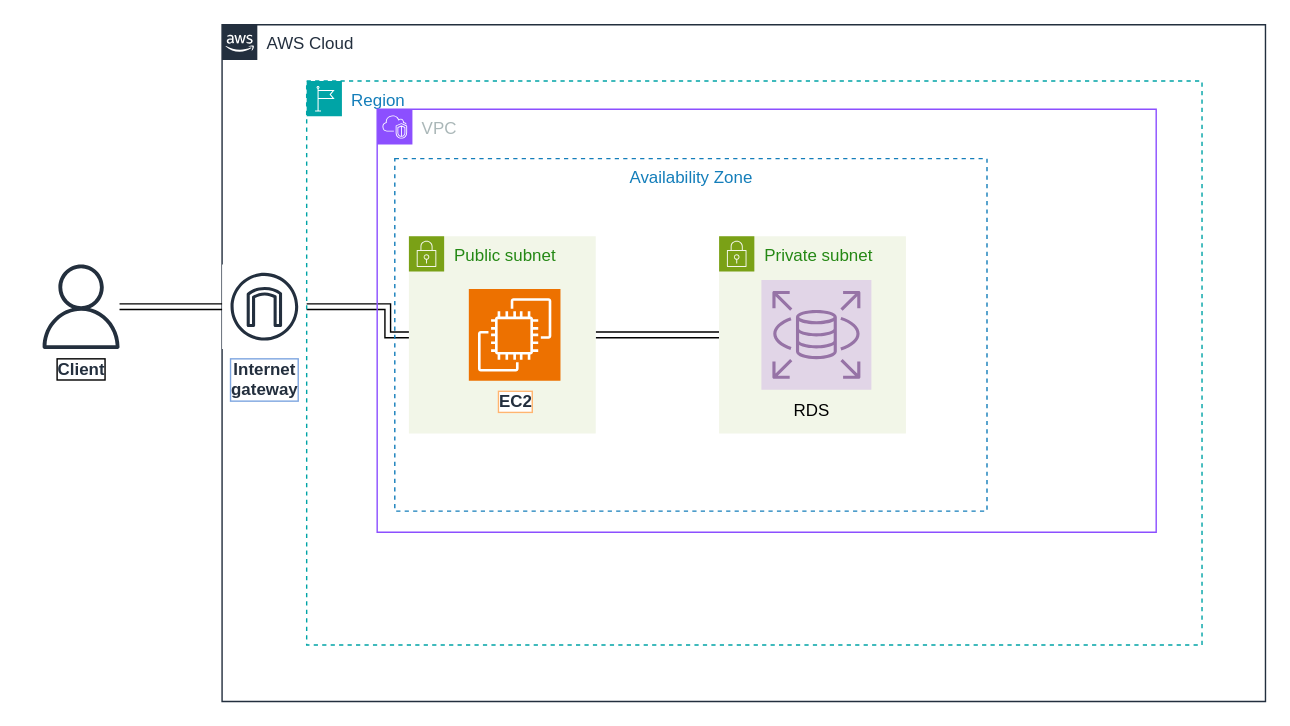
The draw.io diagram page "Page-1" (1 of 2) of Biểu đồ không có tiêu đề.drawio in Tranloc12/CloudComputing, before the edit. Source tidied: cells renumbered, new cells numbered last; positions are measured from the earlier drawing's top-left corner, leaving out a move shared by most shapes. Both pictures are drawn from the tidied source at 141%, with x=0, y=0 at pixel (38, 24).
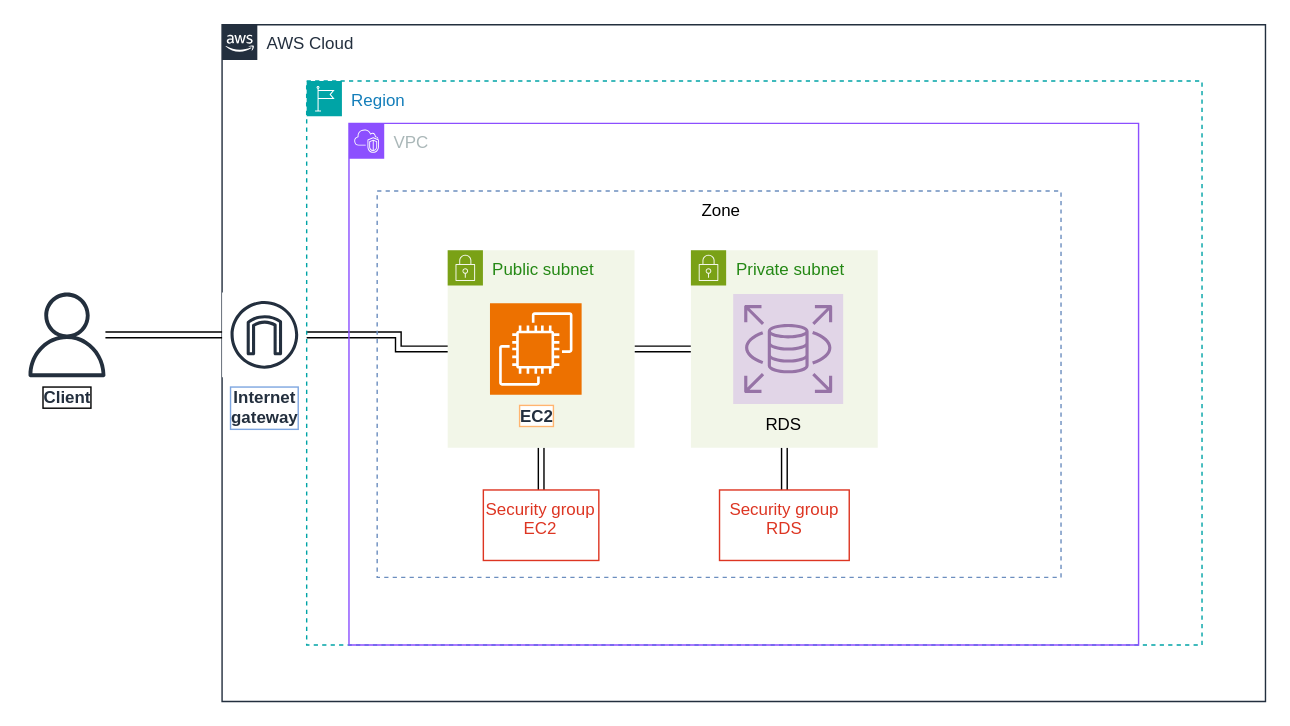
After the change.

Commit message:
Kiến trúc .drawio

Diff of the diagram source:
```diff
@@
 <mxGraphModel>
   <root>
     <mxCell id="0" />
     <mxCell id="1" parent="0" />
     <mxCell id="2" value="AWS Cloud" style="gradientColor=none;html=1;whiteSpace=wrap;fontSize=12;fontStyle=0;shape=mxgraph.aws4.group;grIcon=mxgraph.aws4.group_aws_cloud_alt;strokeColor=#232F3E;fillColor=none;verticalAlign=top;align=left;spacingLeft=30;fontColor=#232F3E;dashed=0;" parent="1" vertex="1">
       <mxGeometry x="130" width="740" height="480" as="geometry" />
     </mxCell>
     <mxCell id="3" value="Internet&#10;gateway" style="sketch=0;outlineConnect=0;fontColor=#232F3E;gradientColor=none;strokeColor=#232F3E;fillColor=#ffffff;dashed=0;verticalLabelPosition=bottom;verticalAlign=top;align=center;html=1;fontSize=12;fontStyle=1;shape=mxgraph.aws4.resourceIcon;resIcon=mxgraph.aws4.internet_gateway;labelBorderColor=#7EA6E0;labelBackgroundColor=default;" parent="2" vertex="1">
-      <mxGeometry y="170" width="60" height="60" as="geometry" />
+      <mxGeometry y="190" width="60" height="60" as="geometry" />
     </mxCell>
     <mxCell id="4" style="edgeStyle=orthogonalEdgeStyle;rounded=0;jettySize=auto;html=1;shape=link;flowAnimation=1;" parent="1" edge="1" source="5" target="3">
       <mxGeometry relative="1" as="geometry" />
     </mxCell>
     <mxCell id="5" value="Client" style="sketch=0;outlineConnect=0;fontColor=#232F3E;gradientColor=none;fillColor=#232F3D;strokeColor=none;dashed=0;verticalLabelPosition=bottom;verticalAlign=top;align=center;html=1;fontSize=12;fontStyle=1;shape=mxgraph.aws4.user;labelBorderColor=default;labelBackgroundColor=default;" parent="1" vertex="1">
-      <mxGeometry y="170" width="60" height="60" as="geometry" />
+      <mxGeometry x="-10" y="190" width="60" height="60" as="geometry" />
     </mxCell>
     <mxCell id="6" style="edgeStyle=orthogonalEdgeStyle;rounded=0;jettySize=auto;html=1;shape=link;flowAnimation=1;" parent="1" edge="1" source="11" target="3">
       <mxGeometry relative="1" as="geometry" />
     </mxCell>
     <mxCell id="7" value="Region" style="gradientColor=none;html=1;whiteSpace=wrap;fontSize=12;fontStyle=0;shape=mxgraph.aws4.group;grIcon=mxgraph.aws4.group_region;strokeColor=#00A4A6;fillColor=none;verticalAlign=top;align=left;spacingLeft=30;fontColor=#147EBA;dashed=1;" parent="1" vertex="1">
       <mxGeometry x="190" y="40" width="635" height="400" as="geometry" />
     </mxCell>
-    <mxCell id="8" value="VPC" style="gradientColor=none;html=1;whiteSpace=wrap;fontSize=12;fontStyle=0;shape=mxgraph.aws4.group;grIcon=mxgraph.aws4.group_vpc2;strokeColor=#8C4FFF;fillColor=none;verticalAlign=top;align=left;spacingLeft=30;fontColor=#AAB7B8;dashed=0;" parent="1" vertex="1">
-      <mxGeometry x="240" y="60" width="552.5" height="300" as="geometry" />
+    <mxCell id="8" value="VPC" style="gradientColor=none;html=1;whiteSpace=wrap;fontSize=12;fontStyle=0;shape=mxgraph.aws4.group;grIcon=mxgraph.aws4.group_vpc2;strokeColor=#8C4FFF;fillColor=none;verticalAlign=top;align=left;spacingLeft=30;fontColor=#AAB7B8;dashed=0;" parent="7" vertex="1">
+      <mxGeometry x="30" y="30" width="560" height="370" as="geometry" />
     </mxCell>
     <mxCell id="9" style="edgeStyle=orthogonalEdgeStyle;rounded=0;jettySize=auto;html=1;shape=link;flowAnimation=1;" parent="8" edge="1" source="10" target="12">
       <mxGeometry relative="1" as="geometry" />
     </mxCell>
+    <mxCell id="16" style="edgeStyle=orthogonalEdgeStyle;rounded=0;jettySize=auto;html=1;shape=link;flowAnimation=1;" parent="8" edge="1" source="10" target="18">
+      <mxGeometry relative="1" as="geometry" />
+    </mxCell>
     <mxCell id="10" value="Public subnet" style="points=[[0,0],[0.25,0],[0.5,0],[0.75,0],[1,0],[1,0.25],[1,0.5],[1,0.75],[1,1],[0.75,1],[0.5,1],[0.25,1],[0,1],[0,0.75],[0,0.5],[0,0.25]];outlineConnect=0;gradientColor=none;html=1;whiteSpace=wrap;fontSize=12;fontStyle=0;shape=mxgraph.aws4.group;grIcon=mxgraph.aws4.group_security_group;grStroke=0;strokeColor=#7AA116;fillColor=#F2F6E8;verticalAlign=top;align=left;spacingLeft=30;fontColor=#248814;dashed=0;" parent="8" vertex="1">
-      <mxGeometry x="22.5" y="90" width="132.5" height="140" as="geometry" />
+      <mxGeometry x="70" y="90" width="132.5" height="140" as="geometry" />
     </mxCell>
-    <mxCell id="11" value="EC2" style="sketch=0;points=[[0,0,0],[0.25,0,0],[0.5,0,0],[0.75,0,0],[1,0,0],[0,1,0],[0.25,1,0],[0.5,1,0],[0.75,1,0],[1,1,0],[0,0.25,0],[0,0.5,0],[0,0.75,0],[1,0.25,0],[1,0.5,0],[1,0.75,0]];outlineConnect=0;fontColor=#232F3E;fillColor=#ED7100;strokeColor=#ffffff;dashed=0;verticalLabelPosition=bottom;verticalAlign=top;align=center;html=1;fontSize=12;fontStyle=1;shape=mxgraph.aws4.resourceIcon;resIcon=mxgraph.aws4.ec2;labelBackgroundColor=default;labelBorderColor=#FFB570;" parent="8" vertex="1">
-      <mxGeometry x="65" y="127.5" width="65" height="65" as="geometry" />
+    <mxCell id="11" value="EC2" style="sketch=0;points=[[0,0,0],[0.25,0,0],[0.5,0,0],[0.75,0,0],[1,0,0],[0,1,0],[0.25,1,0],[0.5,1,0],[0.75,1,0],[1,1,0],[0,0.25,0],[0,0.5,0],[0,0.75,0],[1,0.25,0],[1,0.5,0],[1,0.75,0]];outlineConnect=0;fontColor=#232F3E;fillColor=#ED7100;strokeColor=#ffffff;dashed=0;verticalLabelPosition=bottom;verticalAlign=top;align=center;html=1;fontSize=12;fontStyle=1;shape=mxgraph.aws4.resourceIcon;resIcon=mxgraph.aws4.ec2;labelBackgroundColor=default;labelBorderColor=#FFB570;" parent="10" vertex="1">
+      <mxGeometry x="30" y="37.5" width="65" height="65" as="geometry" />
     </mxCell>
+    <mxCell id="17" style="edgeStyle=orthogonalEdgeStyle;rounded=0;jettySize=auto;html=1;shape=link;flowAnimation=1;" parent="8" edge="1" source="12" target="19">
+      <mxGeometry relative="1" as="geometry" />
+    </mxCell>
     <mxCell id="12" value="Private subnet" style="points=[[0,0],[0.25,0],[0.5,0],[0.75,0],[1,0],[1,0.25],[1,0.5],[1,0.75],[1,1],[0.75,1],[0.5,1],[0.25,1],[0,1],[0,0.75],[0,0.5],[0,0.25]];outlineConnect=0;gradientColor=none;html=1;whiteSpace=wrap;fontSize=12;fontStyle=0;shape=mxgraph.aws4.group;grIcon=mxgraph.aws4.group_security_group;grStroke=0;strokeColor=#7AA116;fillColor=#F2F6E8;verticalAlign=top;align=left;spacingLeft=30;fontColor=#248814;dashed=0;" parent="8" vertex="1">
       <mxGeometry x="242.5" y="90" width="132.5" height="140" as="geometry" />
     </mxCell>
     <mxCell id="13" value="RDS" style="text;html=1;align=center;verticalAlign=middle;whiteSpace=wrap;rounded=0;" parent="12" vertex="1">
       <mxGeometry x="45.6" y="114" width="41.2" height="20" as="geometry" />
     </mxCell>
     <mxCell id="14" style="sketch=0;dashed=0;verticalLabelPosition=bottom;verticalAlign=top;align=left;html=1;fontSize=12;fontStyle=0;shape=mxgraph.aws4.resourceIcon;resIcon=mxgraph.aws4.rds;fillColor=#e1d5e7;strokeColor=#9673a6;" parent="12" vertex="1">
       <mxGeometry x="30" y="31" width="78" height="78" as="geometry" />
     </mxCell>
-    <mxCell id="15" value="Availability Zone" style="fillColor=none;strokeColor=#147EBA;dashed=1;verticalAlign=top;fontStyle=0;fontColor=#147EBA;whiteSpace=wrap;html=1;" parent="8" vertex="1">
-      <mxGeometry x="12.5" y="35" width="420" height="250" as="geometry" />
-    </mxCell>
+    <mxCell id="18" value="Security group EC2" style="fillColor=none;strokeColor=#DD3522;verticalAlign=top;fontStyle=0;fontColor=#DD3522;whiteSpace=wrap;html=1;" parent="8" vertex="1">
+      <mxGeometry x="95.3" y="260" width="81.9" height="50" as="geometry" />
+    </mxCell>
+    <mxCell id="19" value="Security group RDS" style="fillColor=none;strokeColor=#DD3522;verticalAlign=top;fontStyle=0;fontColor=#DD3522;whiteSpace=wrap;html=1;" parent="8" vertex="1">
+      <mxGeometry x="262.8" y="260" width="92" height="50" as="geometry" />
+    </mxCell>
+    <mxCell id="20" value="&amp;nbsp;Zone" style="fillColor=none;strokeColor=#6c8ebf;dashed=1;verticalAlign=top;fontStyle=0;whiteSpace=wrap;html=1;" parent="8" vertex="1">
+      <mxGeometry x="20" y="48" width="485" height="274" as="geometry" />
+    </mxCell>
   </root>
 </mxGraphModel>
```
